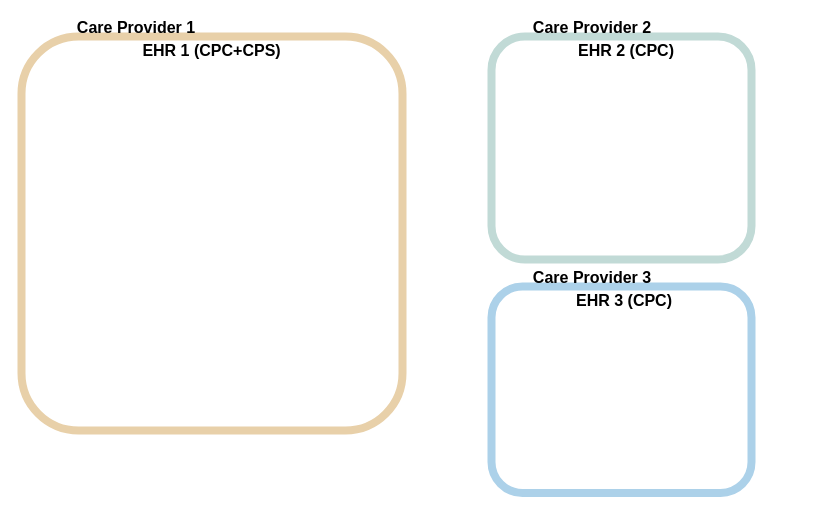
Before: page "backgr1-2-3" (17 of 20) of input/images-source/transactions-tasks-data-entities-ura-tags.drawio in SanteonNL/shared-care-planning, a draw.io diagram. Source tidied: cells renumbered, new cells numbered last; positions are measured from the earlier drawing's top-left corner, leaving out a move shared by most shapes. Both pictures are drawn from the tidied source at 100%, with x=0, y=0 at pixel (21, 19).
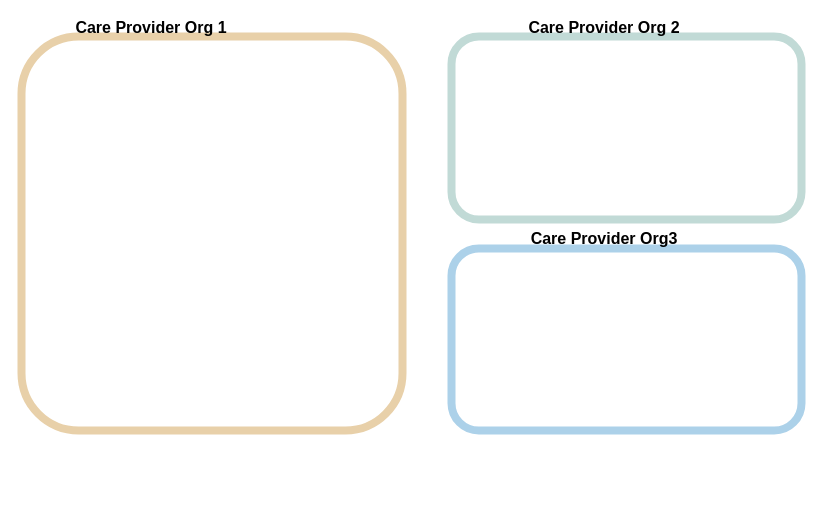
The same diagram, later.

Change to the diagram source:
```diff
@@
 <mxGraphModel>
   <root>
     <mxCell id="0" />
     <mxCell id="1" parent="0" />
-    <mxCell id="2" style="rounded=1;whiteSpace=wrap;html=1;fillColor=none;strokeColor=#acd1e9;strokeWidth=8;" parent="1" vertex="1">
-      <mxGeometry x="470" y="267" width="260" height="206.5" as="geometry" />
-    </mxCell>
+    <mxCell id="11" style="rounded=1;whiteSpace=wrap;html=1;fillColor=none;strokeColor=#acd1e9;strokeWidth=8;" parent="1" vertex="1">
+      <mxGeometry x="430" y="229" width="350" height="182" as="geometry" />
+    </mxCell>
+    <mxCell id="12" style="rounded=1;whiteSpace=wrap;html=1;fillColor=none;strokeColor=#c1dad6;strokeWidth=8;" parent="1" vertex="1">
+      <mxGeometry x="430" y="17" width="350" height="183" as="geometry" />
+    </mxCell>
-    <mxCell id="3" value="&lt;span style=&quot;font-size: 16px;&quot;&gt;&lt;b style=&quot;font-size: 16px;&quot;&gt;Care Provider 3&lt;/b&gt;&lt;/span&gt;" style="rounded=0;whiteSpace=wrap;html=1;verticalAlign=middle;spacingTop=0;fillColor=none;strokeColor=none;fontSize=16;spacing=0;" parent="1" vertex="1">
-      <mxGeometry x="506" y="250" width="130" height="15" as="geometry" />
+    <mxCell id="3" value="&lt;span style=&quot;font-size: 16px;&quot;&gt;&lt;b style=&quot;font-size: 16px;&quot;&gt;Care Provider Org3&lt;/b&gt;&lt;/span&gt;" style="rounded=0;whiteSpace=wrap;html=1;verticalAlign=middle;spacingTop=0;fillColor=none;strokeColor=none;fontSize=16;spacing=0;" parent="1" vertex="1">
+      <mxGeometry x="506" y="211" width="154" height="15" as="geometry" />
     </mxCell>
     <mxCell id="4" style="rounded=1;whiteSpace=wrap;html=1;fillColor=none;strokeColor=#E8D0A9;strokeWidth=8;" parent="1" vertex="1">
       <mxGeometry y="17" width="381" height="394" as="geometry" />
     </mxCell>
-    <mxCell id="5" style="rounded=1;whiteSpace=wrap;html=1;fillColor=none;strokeColor=#c1dad6;strokeWidth=8;" parent="1" vertex="1">
-      <mxGeometry x="470" y="17" width="260" height="223" as="geometry" />
-    </mxCell>
-    <mxCell id="6" value="&lt;span style=&quot;font-size: 16px;&quot;&gt;&lt;b style=&quot;font-size: 16px;&quot;&gt;Care Provider 1&lt;/b&gt;&lt;/span&gt;" style="rounded=0;whiteSpace=wrap;html=1;verticalAlign=middle;spacingTop=0;fillColor=none;strokeColor=none;fontSize=16;spacing=0;" parent="1" vertex="1">
-      <mxGeometry x="50" width="130" height="15" as="geometry" />
-    </mxCell>
-    <mxCell id="7" value="&lt;span style=&quot;font-size: 16px;&quot;&gt;&lt;b style=&quot;font-size: 16px;&quot;&gt;Care Provider 2&lt;/b&gt;&lt;/span&gt;" style="rounded=0;whiteSpace=wrap;html=1;verticalAlign=middle;spacingTop=0;fillColor=none;strokeColor=none;fontSize=16;spacing=0;" parent="1" vertex="1">
-      <mxGeometry x="506" width="130" height="15" as="geometry" />
-    </mxCell>
-    <mxCell id="8" value="&lt;span style=&quot;font-size: 16px;&quot;&gt;&lt;b style=&quot;font-size: 16px;&quot;&gt;EHR 1 (CPC+CPS)&lt;/b&gt;&lt;/span&gt;" style="rounded=0;whiteSpace=wrap;html=1;verticalAlign=middle;spacingTop=0;fillColor=none;strokeColor=none;fontSize=16;spacing=0;" parent="1" vertex="1">
-      <mxGeometry x="96" y="23" width="189" height="15" as="geometry" />
-    </mxCell>
-    <mxCell id="9" value="&lt;span style=&quot;font-size: 16px;&quot;&gt;&lt;b style=&quot;font-size: 16px;&quot;&gt;EHR 2 (CPC)&lt;/b&gt;&lt;/span&gt;" style="rounded=0;whiteSpace=wrap;html=1;verticalAlign=middle;spacingTop=0;fillColor=none;strokeColor=none;fontSize=16;spacing=0;" parent="1" vertex="1">
-      <mxGeometry x="540" y="23" width="130" height="15" as="geometry" />
-    </mxCell>
-    <mxCell id="10" value="&lt;span style=&quot;font-size: 16px;&quot;&gt;&lt;b style=&quot;font-size: 16px;&quot;&gt;EHR 3 (CPC)&lt;/b&gt;&lt;/span&gt;" style="rounded=0;whiteSpace=wrap;html=1;verticalAlign=middle;spacingTop=0;fillColor=none;strokeColor=none;fontSize=16;spacing=0;" parent="1" vertex="1">
-      <mxGeometry x="538" y="273" width="130" height="15" as="geometry" />
-    </mxCell>
+    <mxCell id="13" value="&lt;span style=&quot;font-size: 16px;&quot;&gt;&lt;b style=&quot;font-size: 16px;&quot;&gt;Care Provider Org 1&lt;/b&gt;&lt;/span&gt;" style="rounded=0;whiteSpace=wrap;html=1;verticalAlign=middle;spacingTop=0;fillColor=none;strokeColor=none;fontSize=16;spacing=0;" parent="1" vertex="1">
+      <mxGeometry x="50" width="160" height="15" as="geometry" />
+    </mxCell>
+    <mxCell id="14" value="&lt;span style=&quot;font-size: 16px;&quot;&gt;&lt;b style=&quot;font-size: 16px;&quot;&gt;Care Provider Org 2&lt;/b&gt;&lt;/span&gt;" style="rounded=0;whiteSpace=wrap;html=1;verticalAlign=middle;spacingTop=0;fillColor=none;strokeColor=none;fontSize=16;spacing=0;" parent="1" vertex="1">
+      <mxGeometry x="506" width="154" height="15" as="geometry" />
+    </mxCell>
   </root>
 </mxGraphModel>
```
